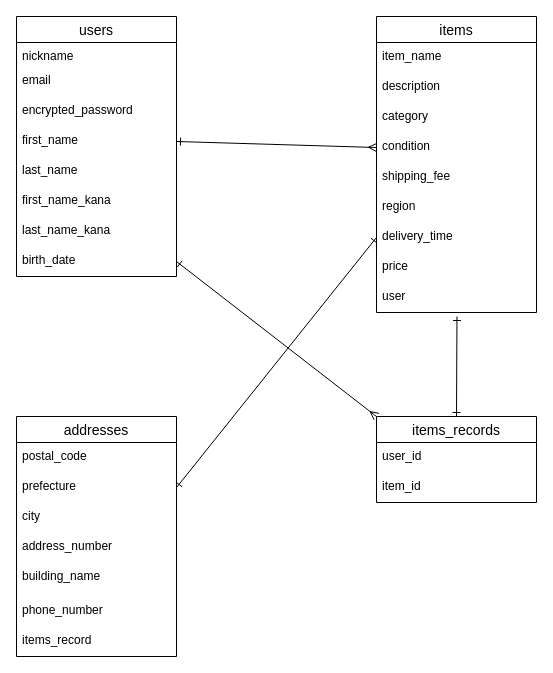
Above: test.dio in akiko-web/furima-41545 (draw.io), before the change. Source tidied: cells renumbered, new cells numbered last; positions are measured from the earlier drawing's top-left corner, leaving out a move shared by most shapes. Both pictures are drawn from the tidied source at 100%, with x=0, y=0 at pixel (16, 16).
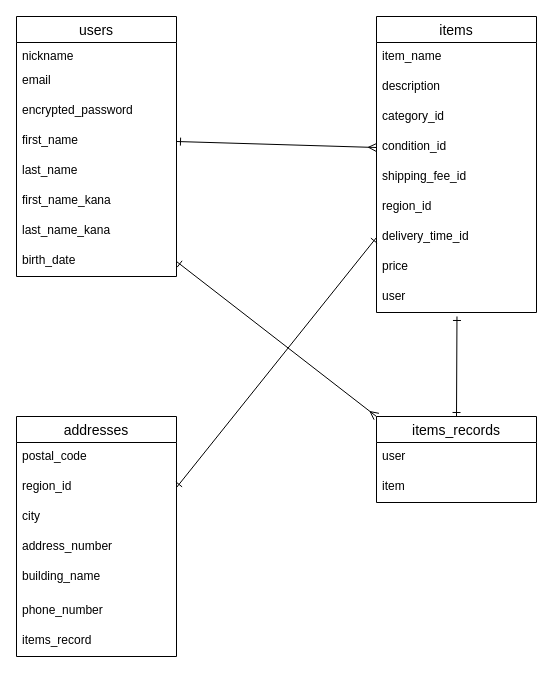
The same diagram, later.

Unchanged cells that the change refers to:
```xml
<mxCell id="11" value="items" style="swimlane;fontStyle=0;horizontal=1;startSize=26;align=center;fontSize=14;" parent="1" vertex="1">
  <mxGeometry x="360" width="160" height="296" as="geometry" />
</mxCell>
<mxCell id="22" value="items_records" style="swimlane;fontStyle=0;horizontal=1;startSize=26;align=center;fontSize=14;" parent="1" vertex="1">
  <mxGeometry x="360" y="400" width="160" height="86" as="geometry" />
</mxCell>
<mxCell id="25" value="addresses" style="swimlane;fontStyle=0;horizontal=1;startSize=26;align=center;fontSize=14;" parent="1" vertex="1">
  <mxGeometry y="400" width="160" height="240" as="geometry" />
</mxCell>
```

Diff of the diagram source:
```diff
@@
-    <mxCell id="14" value="category " style="text;strokeColor=none;fillColor=none;spacingLeft=4;spacingRight=4;overflow=hidden;fontSize=12;" parent="11" vertex="1">
+    <mxCell id="14" value="category_id" style="text;strokeColor=none;fillColor=none;spacingLeft=4;spacingRight=4;overflow=hidden;fontSize=12;" parent="11" vertex="1">
       <mxGeometry y="86" width="160" height="30" as="geometry" />
     </mxCell>
-    <mxCell id="15" value="condition " style="text;strokeColor=none;fillColor=none;spacingLeft=4;spacingRight=4;overflow=hidden;points=[[0,0.5],[1,0.5]];portConstraint=eastwest;fontSize=12;" parent="11" vertex="1">
+    <mxCell id="15" value="condition_id" style="text;strokeColor=none;fillColor=none;spacingLeft=4;spacingRight=4;overflow=hidden;points=[[0,0.5],[1,0.5]];portConstraint=eastwest;fontSize=12;" parent="11" vertex="1">
       <mxGeometry y="116" width="160" height="30" as="geometry" />
     </mxCell>
-    <mxCell id="16" value="shipping_fee " style="text;strokeColor=none;fillColor=none;spacingLeft=4;spacingRight=4;overflow=hidden;fontSize=12;" parent="11" vertex="1">
+    <mxCell id="16" value="shipping_fee_id" style="text;strokeColor=none;fillColor=none;spacingLeft=4;spacingRight=4;overflow=hidden;fontSize=12;" parent="11" vertex="1">
       <mxGeometry y="146" width="160" height="30" as="geometry" />
     </mxCell>
-    <mxCell id="17" value="region " style="text;strokeColor=none;fillColor=none;spacingLeft=4;spacingRight=4;overflow=hidden;fontSize=12;" parent="11" vertex="1">
+    <mxCell id="17" value="region_id" style="text;strokeColor=none;fillColor=none;spacingLeft=4;spacingRight=4;overflow=hidden;fontSize=12;" parent="11" vertex="1">
       <mxGeometry y="176" width="160" height="30" as="geometry" />
     </mxCell>
-    <mxCell id="18" value="delivery_time" style="text;strokeColor=none;fillColor=none;spacingLeft=4;spacingRight=4;overflow=hidden;points=[[0,0.5],[1,0.5]];portConstraint=eastwest;fontSize=12;" parent="11" vertex="1">
+    <mxCell id="18" value="delivery_time_id" style="text;strokeColor=none;fillColor=none;spacingLeft=4;spacingRight=4;overflow=hidden;points=[[0,0.5],[1,0.5]];portConstraint=eastwest;fontSize=12;" parent="11" vertex="1">
       <mxGeometry y="206" width="160" height="30" as="geometry" />
     </mxCell>
@@
-    <mxCell id="23" value="user_id " style="text;strokeColor=none;fillColor=none;spacingLeft=4;spacingRight=4;overflow=hidden;fontSize=12;" parent="22" vertex="1">
+    <mxCell id="23" value="user" style="text;strokeColor=none;fillColor=none;spacingLeft=4;spacingRight=4;overflow=hidden;fontSize=12;" parent="22" vertex="1">
       <mxGeometry y="26" width="160" height="30" as="geometry" />
     </mxCell>
-    <mxCell id="24" value="item_id" style="text;strokeColor=none;fillColor=none;spacingLeft=4;spacingRight=4;overflow=hidden;fontSize=12;" parent="22" vertex="1">
+    <mxCell id="24" value="item" style="text;strokeColor=none;fillColor=none;spacingLeft=4;spacingRight=4;overflow=hidden;fontSize=12;" parent="22" vertex="1">
       <mxGeometry y="56" width="160" height="30" as="geometry" />
     </mxCell>
@@
-    <mxCell id="27" value="prefecture" style="text;strokeColor=none;fillColor=none;spacingLeft=4;spacingRight=4;overflow=hidden;points=[[0,0.5],[1,0.5]];portConstraint=eastwest;fontSize=12;" parent="25" vertex="1">
+    <mxCell id="27" value="region_id" style="text;strokeColor=none;fillColor=none;spacingLeft=4;spacingRight=4;overflow=hidden;points=[[0,0.5],[1,0.5]];portConstraint=eastwest;fontSize=12;" parent="25" vertex="1">
       <mxGeometry y="56" width="160" height="30" as="geometry" />
     </mxCell>
```
